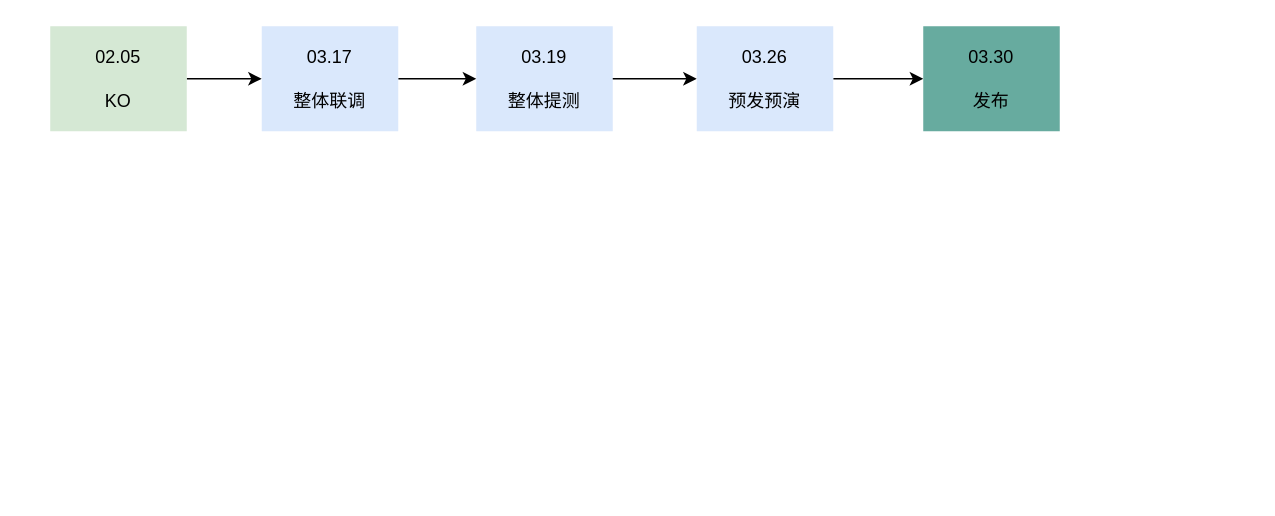
The draw.io diagram page "接送机排期" (4 of 12) of 会员成长平台.drawio in renqiuming/drawio, before the edit. Source tidied: cells renumbered, new cells numbered last; positions are measured from the earlier drawing's top-left corner, leaving out a move shared by most shapes. Both pictures are drawn from the tidied source at 150%, with x=0, y=0 at pixel (50, 26).
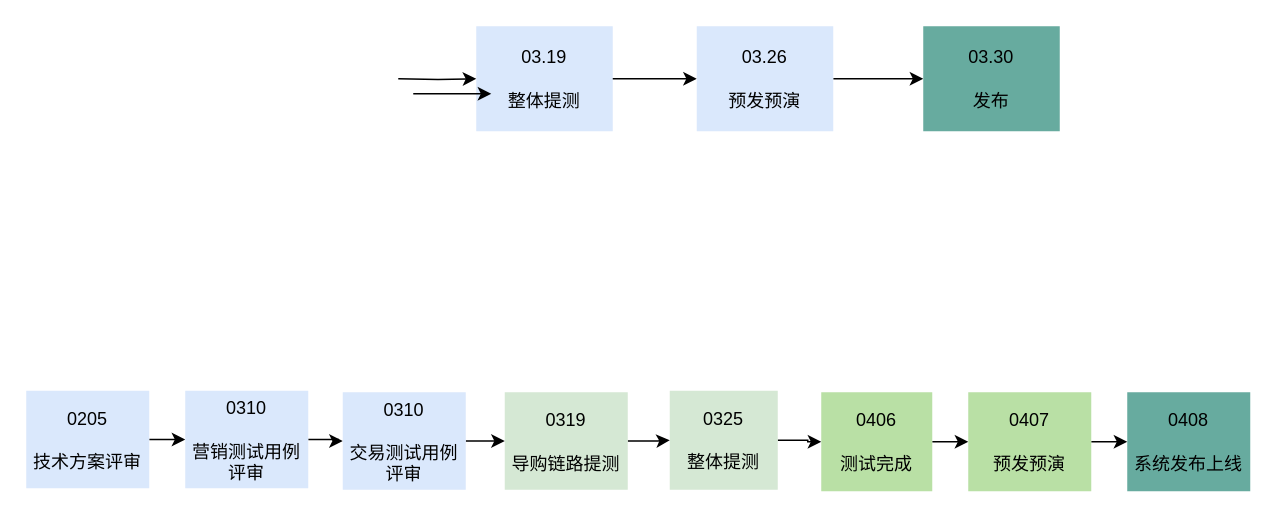
Above is the later version.

Commit message:
更新会员成长平台.drawio

The change refers to these unchanged cells:
```xml
<mxCell id="4" value="03.19&lt;br&gt;&lt;br&gt;整体提测" style="rounded=0;whiteSpace=wrap;html=1;fillColor=#dae8fc;strokeColor=none;" parent="1" vertex="1">
  <mxGeometry x="284" width="91" height="70" as="geometry" />
</mxCell>
```

What changed in the source:
```diff
@@
-    <mxCell id="2" style="edgeStyle=orthogonalEdgeStyle;rounded=0;jettySize=auto;html=1;" parent="1" edge="1" source="3" target="7">
-      <mxGeometry relative="1" as="geometry" />
-    </mxCell>
-    <mxCell id="3" value="02.05&lt;br&gt;&lt;br&gt;KO" style="rounded=0;whiteSpace=wrap;html=1;fillColor=#D5E8D4;strokeColor=none;" parent="1" vertex="1">
-      <mxGeometry width="91" height="70" as="geometry" />
-    </mxCell>
+    <mxCell id="11" style="edgeStyle=orthogonalEdgeStyle;rounded=0;jettySize=auto;html=1;entryX=0;entryY=0.5;entryDx=0;entryDy=0;" parent="1" edge="1" source="12" target="22">
+      <mxGeometry relative="1" as="geometry" />
+    </mxCell>
+    <mxCell id="12" value="0325&lt;br&gt;&lt;br&gt;整体提测&lt;br&gt;" style="rounded=0;whiteSpace=wrap;html=1;fillColor=#D5E8D4;strokeColor=none;" parent="1" vertex="1">
+      <mxGeometry x="413" y="243" width="72" height="66" as="geometry" />
+    </mxCell>
@@
-    <mxCell id="6" style="edgeStyle=orthogonalEdgeStyle;rounded=0;jettySize=auto;html=1;exitX=1;exitY=0.5;exitDx=0;exitDy=0;entryX=0;entryY=0.5;entryDx=0;entryDy=0;" parent="1" edge="1" source="7" target="4">
-      <mxGeometry relative="1" as="geometry" />
+    <mxCell id="6" style="edgeStyle=orthogonalEdgeStyle;rounded=0;jettySize=auto;html=1;exitX=1;exitY=0.5;exitDx=0;exitDy=0;entryX=0;entryY=0.5;entryDx=0;entryDy=0;" parent="1" edge="1" target="4">
+      <mxGeometry relative="1" as="geometry">
+        <mxPoint x="232" y="35" as="sourcePoint" />
+      </mxGeometry>
     </mxCell>
-    <mxCell id="7" value="03.17&lt;br&gt;&lt;br&gt;整体联调" style="rounded=0;whiteSpace=wrap;html=1;fillColor=#dae8fc;strokeColor=none;" parent="1" vertex="1">
-      <mxGeometry x="141" width="91" height="70" as="geometry" />
-    </mxCell>
@@
+    <mxCell id="13" style="edgeStyle=orthogonalEdgeStyle;rounded=0;jettySize=auto;html=1;" parent="1" edge="1" source="14" target="18">
+      <mxGeometry relative="1" as="geometry" />
+    </mxCell>
+    <mxCell id="14" value="0205&lt;br&gt;&lt;br&gt;技术方案评审&lt;br&gt;" style="rounded=0;whiteSpace=wrap;html=1;fillColor=#dae8fc;strokeColor=none;" parent="1" vertex="1">
+      <mxGeometry x="-16" y="243" width="82" height="65" as="geometry" />
+    </mxCell>
+    <mxCell id="15" style="edgeStyle=orthogonalEdgeStyle;rounded=0;jettySize=auto;html=1;" parent="1" edge="1" source="16" target="12">
+      <mxGeometry relative="1" as="geometry" />
+    </mxCell>
+    <mxCell id="16" value="0319&lt;br&gt;&lt;br&gt;导购链路提测&lt;br&gt;" style="rounded=0;whiteSpace=wrap;html=1;fillColor=#D5E8D4;strokeColor=none;" parent="1" vertex="1">
+      <mxGeometry x="303" y="244" width="82" height="65" as="geometry" />
+    </mxCell>
+    <mxCell id="17" style="edgeStyle=orthogonalEdgeStyle;rounded=0;jettySize=auto;html=1;entryX=0;entryY=0.5;entryDx=0;entryDy=0;" parent="1" edge="1" source="18" target="20">
+      <mxGeometry relative="1" as="geometry" />
+    </mxCell>
+    <mxCell id="18" value="0310&lt;br&gt;&lt;br&gt;营销测试用例评审" style="rounded=0;whiteSpace=wrap;html=1;fillColor=#dae8fc;strokeColor=none;" parent="1" vertex="1">
+      <mxGeometry x="90" y="243" width="82" height="65" as="geometry" />
+    </mxCell>
+    <mxCell id="19" style="edgeStyle=orthogonalEdgeStyle;rounded=0;jettySize=auto;html=1;exitX=1;exitY=0.5;exitDx=0;exitDy=0;entryX=0;entryY=0.5;entryDx=0;entryDy=0;" parent="1" edge="1" source="20" target="16">
+      <mxGeometry relative="1" as="geometry" />
+    </mxCell>
+    <mxCell id="20" value="0310&lt;br&gt;&lt;br&gt;交易测试用例&lt;br&gt;评审" style="rounded=0;whiteSpace=wrap;html=1;fillColor=#dae8fc;strokeColor=none;" parent="1" vertex="1">
+      <mxGeometry x="195" y="244" width="82" height="65" as="geometry" />
+    </mxCell>
+    <mxCell id="21" style="edgeStyle=orthogonalEdgeStyle;rounded=0;jettySize=auto;html=1;entryX=0;entryY=0.5;entryDx=0;entryDy=0;" parent="1" edge="1" source="22" target="26">
+      <mxGeometry relative="1" as="geometry" />
+    </mxCell>
+    <mxCell id="22" value="0406&lt;br&gt;&lt;br&gt;测试完成&lt;br&gt;" style="rounded=0;whiteSpace=wrap;html=1;fillColor=#B9E0A5;strokeColor=none;" parent="1" vertex="1">
+      <mxGeometry x="514" y="244" width="74" height="66" as="geometry" />
+    </mxCell>
+    <mxCell id="23" value="0408&lt;br&gt;&lt;br&gt;系统发布上线&lt;br&gt;" style="rounded=0;whiteSpace=wrap;html=1;fillColor=#67AB9F;strokeColor=none;" parent="1" vertex="1">
+      <mxGeometry x="718" y="244" width="82" height="66" as="geometry" />
+    </mxCell>
+    <mxCell id="24" style="edgeStyle=orthogonalEdgeStyle;rounded=0;orthogonalLoop=1;jettySize=auto;html=1;exitX=1;exitY=0.5;exitDx=0;exitDy=0;entryX=0;entryY=0.5;entryDx=0;entryDy=0;" parent="1" edge="1">
+      <mxGeometry relative="1" as="geometry">
+        <mxPoint x="242" y="45" as="sourcePoint" />
+        <mxPoint x="294" y="45" as="targetPoint" />
+      </mxGeometry>
+    </mxCell>
+    <mxCell id="25" style="edgeStyle=orthogonalEdgeStyle;rounded=0;jettySize=auto;html=1;entryX=0;entryY=0.5;entryDx=0;entryDy=0;" parent="1" edge="1" source="26" target="23">
+      <mxGeometry relative="1" as="geometry" />
+    </mxCell>
+    <mxCell id="26" value="0407&lt;br&gt;&lt;br&gt;预发预演&lt;br&gt;" style="rounded=0;whiteSpace=wrap;html=1;fillColor=#B9E0A5;strokeColor=none;" parent="1" vertex="1">
+      <mxGeometry x="612" y="244" width="82" height="66" as="geometry" />
+    </mxCell>
```
